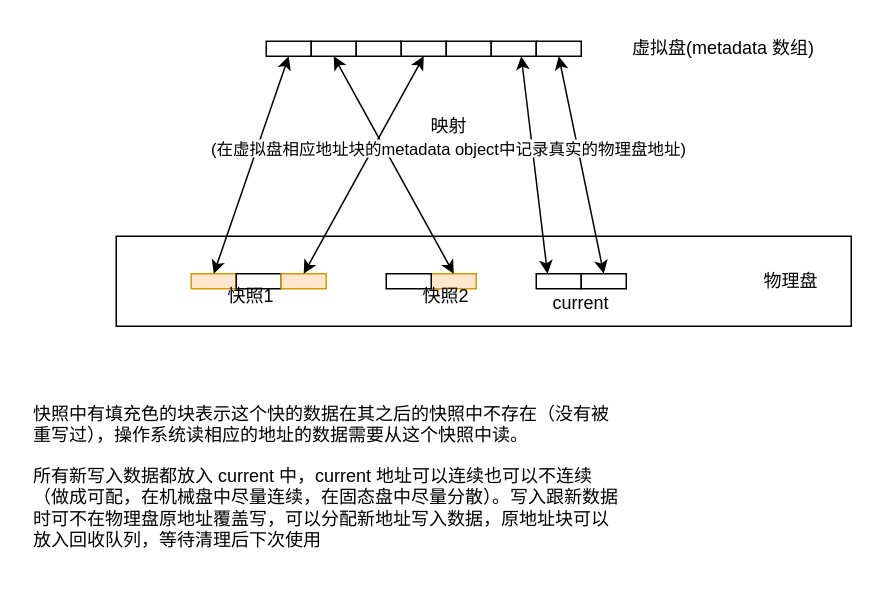
jeffyjf/drawio keeps this draw.io diagram as Untitled Diagram.drawio. Above is the earlier version. Source tidied: cells renumbered, new cells numbered last; positions are measured from the earlier drawing's top-left corner, leaving out a move shared by most shapes. Both pictures are drawn from the tidied source at 150%, with x=0, y=0 at pixel (26, 26).
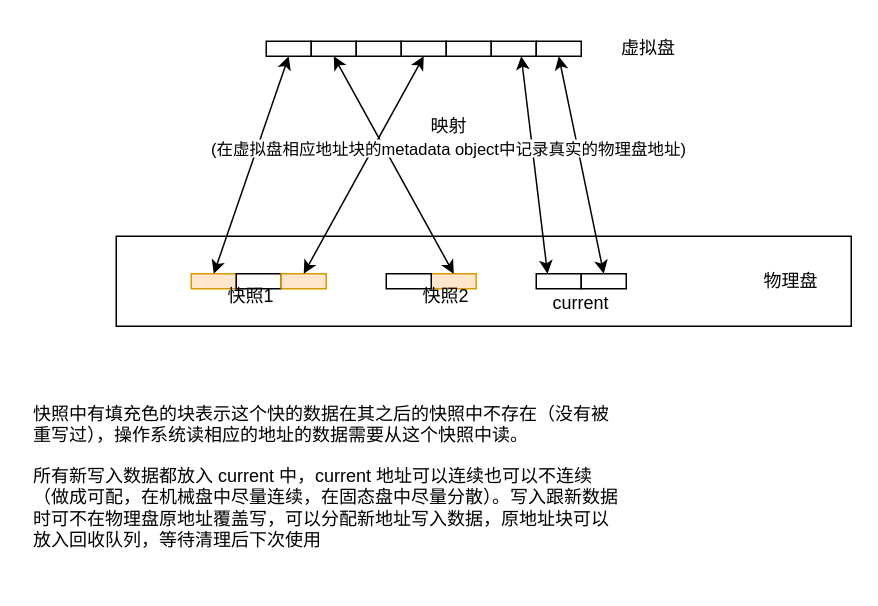
After the change.

What changed in the source:
```diff
@@
-    <mxCell id="26" value="虚拟盘(metadata 数组)" style="text;html=1;strokeColor=none;fillColor=none;align=center;verticalAlign=middle;whiteSpace=wrap;rounded=0;" parent="1" vertex="1">
-      <mxGeometry x="390" width="150" height="30" as="geometry" />
+    <mxCell id="26" value="虚拟盘" style="text;html=1;strokeColor=none;fillColor=none;align=center;verticalAlign=middle;whiteSpace=wrap;rounded=0;" parent="1" vertex="1">
+      <mxGeometry x="390" width="50" height="30" as="geometry" />
     </mxCell>
```
